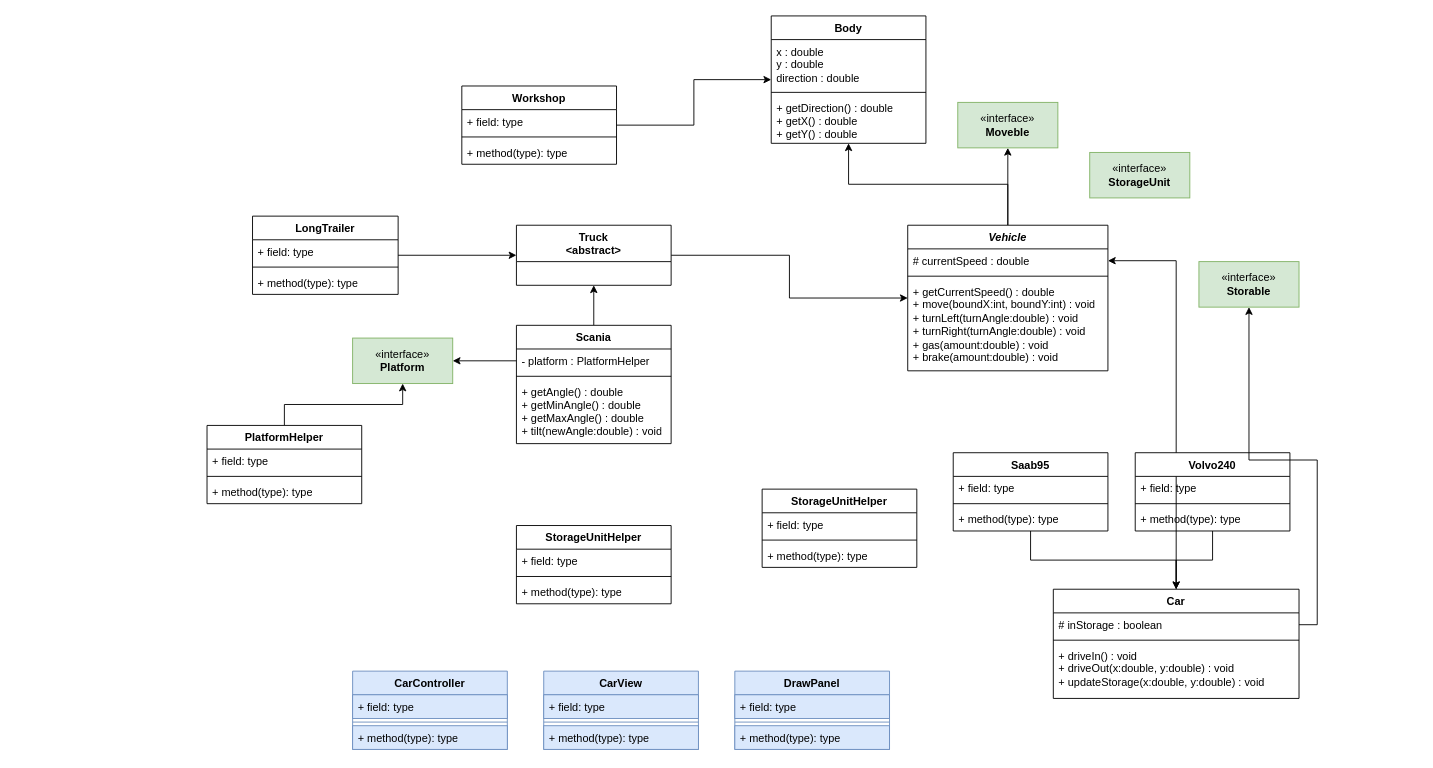
Earlier version of the draw.io diagram Labb3pre.drawio (ErikFogelstrand/lab1-riktig). Source tidied: cells renumbered, new cells numbered last; positions are measured from the earlier drawing's top-left corner, leaving out a move shared by most shapes. Both pictures are drawn from the tidied source at 91%, with x=0, y=0 at pixel (207, 15).
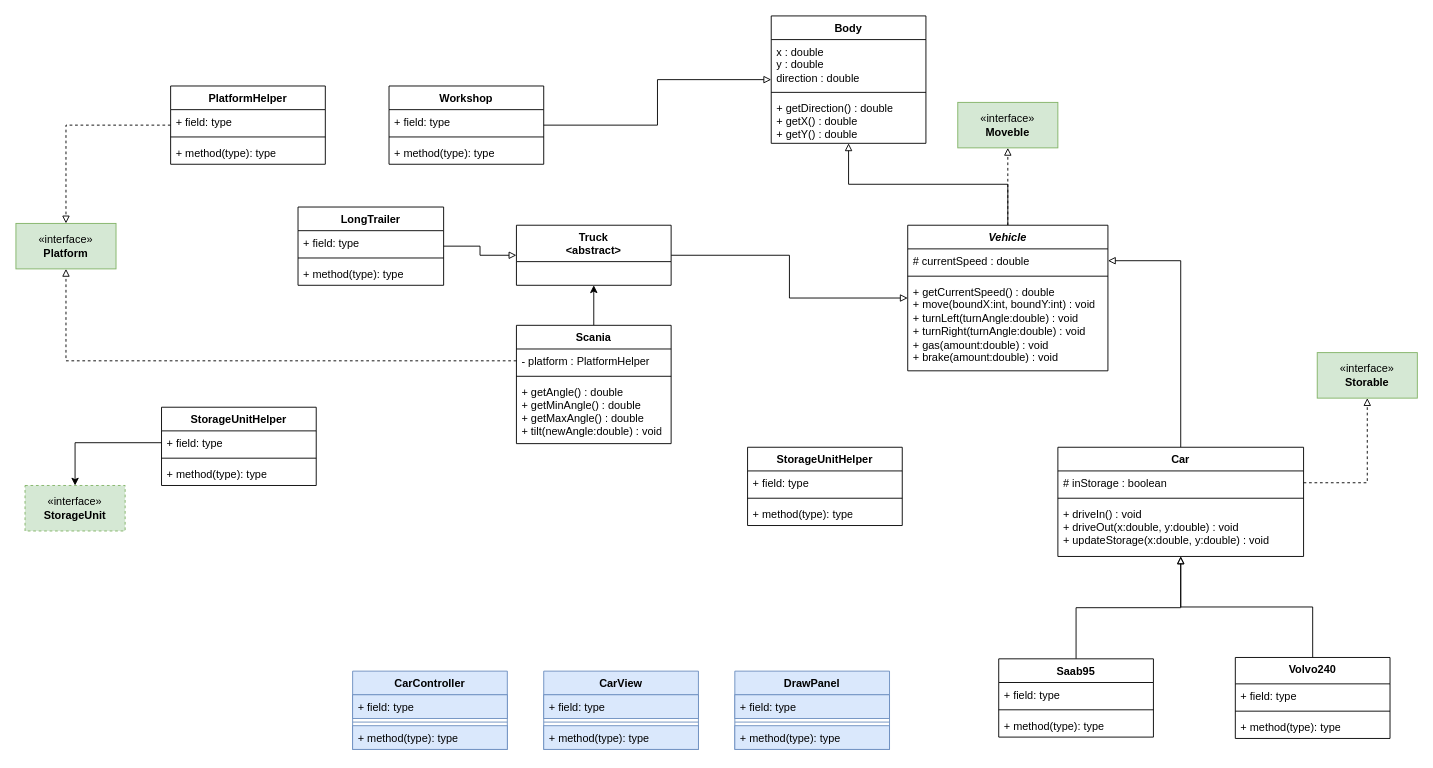
Above is the later version.

Unchanged cells that the change refers to:
```xml
<mxCell id="2" value="&lt;div&gt;Body&lt;/div&gt;" style="swimlane;fontStyle=1;align=center;verticalAlign=top;horizontal=1;startSize=26;whiteSpace=wrap;html=1;" parent="1" vertex="1">
  <mxGeometry x="620" width="170" height="140" as="geometry" />
</mxCell>
<mxCell id="8" value="# inStorage : boolean" style="text;strokeColor=none;fillColor=none;align=left;verticalAlign=top;spacingLeft=4;spacingRight=4;overflow=hidden;points=[[0,0.5],[1,0.5]];portConstraint=eastwest;whiteSpace=wrap;html=1;" parent="7" vertex="1">
  <mxGeometry y="26" width="270" height="26" as="geometry" />
</mxCell>
<mxCell id="24" value="&lt;div&gt;Truck&lt;/div&gt;&lt;div&gt;&amp;lt;abstract&amp;gt;&lt;/div&gt;" style="swimlane;fontStyle=1;align=center;verticalAlign=top;horizontal=1;startSize=40;whiteSpace=wrap;html=1;" parent="1" vertex="1">
  <mxGeometry x="340" y="230" width="170" height="66" as="geometry" />
</mxCell>
<mxCell id="25" value="«interface»&lt;br&gt;&lt;b&gt;Moveble&lt;/b&gt;" style="html=1;whiteSpace=wrap;fillColor=#d5e8d4;strokeColor=#82b366;" parent="1" vertex="1">
  <mxGeometry x="825" y="95" width="110" height="50" as="geometry" />
</mxCell>
<mxCell id="44" value="- platform : PlatformHelper" style="text;strokeColor=none;fillColor=none;align=left;verticalAlign=top;spacingLeft=4;spacingRight=4;overflow=hidden;points=[[0,0.5],[1,0.5]];portConstraint=eastwest;whiteSpace=wrap;html=1;" parent="43" vertex="1">
  <mxGeometry y="26" width="170" height="26" as="geometry" />
</mxCell>
<mxCell id="49" value="&lt;i&gt;Vehicle&lt;/i&gt;" style="swimlane;fontStyle=1;align=center;verticalAlign=top;horizontal=1;startSize=26;whiteSpace=wrap;html=1;" parent="1" vertex="1">
  <mxGeometry x="770" y="230" width="220" height="160" as="geometry" />
</mxCell>
<mxCell id="50" value="# currentSpeed : double" style="text;strokeColor=none;fillColor=none;align=left;verticalAlign=top;spacingLeft=4;spacingRight=4;overflow=hidden;points=[[0,0.5],[1,0.5]];portConstraint=eastwest;whiteSpace=wrap;html=1;" parent="49" vertex="1">
  <mxGeometry y="26" width="220" height="26" as="geometry" />
</mxCell>
<mxCell id="56" value="+ field: type" style="text;strokeColor=none;fillColor=none;align=left;verticalAlign=top;spacingLeft=4;spacingRight=4;overflow=hidden;points=[[0,0.5],[1,0.5]];portConstraint=eastwest;whiteSpace=wrap;html=1;" parent="55" vertex="1">
  <mxGeometry y="26" width="170" height="26" as="geometry" />
</mxCell>
```

What changed in the source:
```diff
@@
-    <mxCell id="6" style="edgeStyle=orthogonalEdgeStyle;rounded=0;jettySize=auto;html=1;" parent="1" edge="1" source="7" target="50">
+    <mxCell id="6" style="edgeStyle=orthogonalEdgeStyle;rounded=0;jettySize=auto;html=1;endArrow=block;endFill=0;" parent="1" edge="1" source="7" target="50">
       <mxGeometry relative="1" as="geometry" />
     </mxCell>
     <mxCell id="7" value="Car" style="swimlane;fontStyle=1;align=center;verticalAlign=top;horizontal=1;startSize=26;whiteSpace=wrap;html=1;" parent="1" vertex="1">
-      <mxGeometry x="930" y="630" width="270" height="120" as="geometry" />
+      <mxGeometry x="935" y="474" width="270" height="120" as="geometry" />
     </mxCell>
@@
-    <mxCell id="23" style="edgeStyle=orthogonalEdgeStyle;rounded=0;jettySize=auto;html=1;" parent="1" edge="1" source="24" target="49">
+    <mxCell id="23" style="edgeStyle=orthogonalEdgeStyle;rounded=0;jettySize=auto;html=1;endArrow=block;endFill=0;" parent="1" edge="1" source="24" target="49">
       <mxGeometry relative="1" as="geometry" />
     </mxCell>
@@
     <mxCell id="26" value="«interface»&lt;br&gt;&lt;b&gt;Platform&lt;/b&gt;" style="html=1;whiteSpace=wrap;fillColor=#d5e8d4;strokeColor=#82b366;" parent="1" vertex="1">
-      <mxGeometry x="160" y="354" width="110" height="50" as="geometry" />
+      <mxGeometry x="-210" y="228" width="110" height="50" as="geometry" />
     </mxCell>
-    <mxCell id="27" style="edgeStyle=orthogonalEdgeStyle;rounded=0;jettySize=auto;html=1;" parent="1" edge="1" source="28" target="26">
+    <mxCell id="27" style="edgeStyle=orthogonalEdgeStyle;rounded=0;jettySize=auto;html=1;endArrow=block;endFill=0;dashed=1;" parent="1" edge="1" source="28" target="26">
       <mxGeometry relative="1" as="geometry" />
     </mxCell>
     <mxCell id="28" value="PlatformHelper" style="swimlane;fontStyle=1;align=center;verticalAlign=top;horizontal=1;startSize=26;whiteSpace=wrap;html=1;" parent="1" vertex="1">
-      <mxGeometry y="450" width="170" height="86" as="geometry" />
+      <mxGeometry x="-40" y="77" width="170" height="86" as="geometry" />
     </mxCell>
@@
-    <mxCell id="32" style="edgeStyle=orthogonalEdgeStyle;rounded=0;jettySize=auto;html=1;" parent="1" edge="1" source="33" target="7">
+    <mxCell id="32" style="edgeStyle=orthogonalEdgeStyle;rounded=0;jettySize=auto;html=1;endArrow=block;endFill=0;" parent="1" edge="1" source="33" target="7">
       <mxGeometry relative="1" as="geometry" />
     </mxCell>
     <mxCell id="33" value="&lt;div&gt;Saab95&lt;/div&gt;" style="swimlane;fontStyle=1;align=center;verticalAlign=top;horizontal=1;startSize=26;whiteSpace=wrap;html=1;" parent="1" vertex="1">
-      <mxGeometry x="820" y="480" width="170" height="86" as="geometry" />
+      <mxGeometry x="870" y="706.5" width="170" height="86" as="geometry" />
     </mxCell>
@@
-    <mxCell id="37" style="edgeStyle=orthogonalEdgeStyle;rounded=0;jettySize=auto;html=1;" parent="1" edge="1" source="38" target="7">
+    <mxCell id="37" style="edgeStyle=orthogonalEdgeStyle;rounded=0;jettySize=auto;html=1;endArrow=block;endFill=0;" parent="1" edge="1" source="38" target="7">
       <mxGeometry relative="1" as="geometry" />
     </mxCell>
-    <mxCell id="38" value="&lt;div&gt;Volvo240&lt;/div&gt;" style="swimlane;fontStyle=1;align=center;verticalAlign=top;horizontal=1;startSize=26;whiteSpace=wrap;html=1;" parent="1" vertex="1">
-      <mxGeometry x="1020" y="480" width="170" height="86" as="geometry" />
+    <mxCell id="38" value="&lt;div&gt;Volvo240&lt;/div&gt;" style="swimlane;fontStyle=1;align=center;verticalAlign=top;horizontal=1;startSize=29;whiteSpace=wrap;html=1;" parent="1" vertex="1">
+      <mxGeometry x="1130" y="705" width="170" height="89" as="geometry" />
     </mxCell>
     <mxCell id="39" value="+ field: type" style="text;strokeColor=none;fillColor=none;align=left;verticalAlign=top;spacingLeft=4;spacingRight=4;overflow=hidden;whiteSpace=wrap;html=1;" parent="38" vertex="1">
-      <mxGeometry y="26" width="170" height="26" as="geometry" />
+      <mxGeometry y="29" width="170" height="26" as="geometry" />
     </mxCell>
     <mxCell id="40" style="line;strokeWidth=1;fillColor=none;align=left;verticalAlign=middle;spacingTop=-1;spacingLeft=3;spacingRight=3;labelPosition=right;strokeColor=inherit;" parent="38" vertex="1">
-      <mxGeometry y="52" width="170" height="8" as="geometry" />
+      <mxGeometry y="55" width="170" height="8" as="geometry" />
     </mxCell>
     <mxCell id="41" value="+ method(type): type" style="text;strokeColor=none;fillColor=none;align=left;verticalAlign=top;spacingLeft=4;spacingRight=4;overflow=hidden;whiteSpace=wrap;html=1;" parent="38" vertex="1">
-      <mxGeometry y="60" width="170" height="26" as="geometry" />
+      <mxGeometry y="63" width="170" height="26" as="geometry" />
     </mxCell>
@@
-    <mxCell id="47" style="edgeStyle=orthogonalEdgeStyle;rounded=0;jettySize=auto;html=1;" parent="1" edge="1" source="49" target="2">
+    <mxCell id="47" style="edgeStyle=orthogonalEdgeStyle;rounded=0;jettySize=auto;html=1;endArrow=block;endFill=0;" parent="1" edge="1" source="49" target="2">
       <mxGeometry relative="1" as="geometry" />
     </mxCell>
-    <mxCell id="48" style="edgeStyle=orthogonalEdgeStyle;rounded=0;jettySize=auto;html=1;" parent="1" edge="1" source="49" target="25">
+    <mxCell id="48" style="edgeStyle=orthogonalEdgeStyle;rounded=0;jettySize=auto;html=1;dashed=1;endArrow=block;endFill=0;" parent="1" edge="1" source="49" target="25">
       <mxGeometry relative="1" as="geometry" />
     </mxCell>
@@
     <mxCell id="53" value="«interface»&lt;br&gt;&lt;b&gt;Storable&lt;/b&gt;" style="html=1;whiteSpace=wrap;fillColor=#d5e8d4;strokeColor=#82b366;" parent="1" vertex="1">
-      <mxGeometry x="1090" y="270" width="110" height="50" as="geometry" />
+      <mxGeometry x="1220" y="370" width="110" height="50" as="geometry" />
     </mxCell>
-    <mxCell id="54" value="«interface»&lt;br&gt;&lt;b&gt;StorageUnit&lt;/b&gt;" style="html=1;whiteSpace=wrap;fillColor=#d5e8d4;strokeColor=#82b366;" parent="1" vertex="1">
-      <mxGeometry x="970" y="150" width="110" height="50" as="geometry" />
+    <mxCell id="54" value="«interface»&lt;br&gt;&lt;b&gt;StorageUnit&lt;/b&gt;" style="html=1;whiteSpace=wrap;fillColor=#d5e8d4;strokeColor=#82b366;dashed=1;" parent="1" vertex="1">
+      <mxGeometry x="-200" y="516" width="110" height="50" as="geometry" />
     </mxCell>
     <mxCell id="55" value="StorageUnitHelper" style="swimlane;fontStyle=1;align=center;verticalAlign=top;horizontal=1;startSize=26;whiteSpace=wrap;html=1;" parent="1" vertex="1">
-      <mxGeometry x="340" y="560" width="170" height="86" as="geometry" />
+      <mxGeometry x="-50" y="430" width="170" height="86" as="geometry" />
     </mxCell>
@@
     <mxCell id="59" value="StorageUnitHelper" style="swimlane;fontStyle=1;align=center;verticalAlign=top;horizontal=1;startSize=26;whiteSpace=wrap;html=1;" parent="1" vertex="1">
-      <mxGeometry x="610" y="520" width="170" height="86" as="geometry" />
+      <mxGeometry x="594" y="474" width="170" height="86" as="geometry" />
     </mxCell>
@@
-    <mxCell id="63" style="edgeStyle=orthogonalEdgeStyle;rounded=0;jettySize=auto;html=1;" parent="1" edge="1" source="64" target="2">
+    <mxCell id="63" style="edgeStyle=orthogonalEdgeStyle;rounded=0;jettySize=auto;html=1;endArrow=block;endFill=0;" parent="1" edge="1" source="64" target="2">
       <mxGeometry relative="1" as="geometry" />
     </mxCell>
     <mxCell id="64" value="&lt;div&gt;Workshop&lt;/div&gt;" style="swimlane;fontStyle=1;align=center;verticalAlign=top;horizontal=1;startSize=26;whiteSpace=wrap;html=1;" parent="1" vertex="1">
-      <mxGeometry x="280" y="77" width="170" height="86" as="geometry" />
+      <mxGeometry x="200" y="77" width="170" height="86" as="geometry" />
     </mxCell>
@@
-    <mxCell id="68" style="edgeStyle=orthogonalEdgeStyle;rounded=0;jettySize=auto;html=1;" parent="1" edge="1" source="44" target="26">
+    <mxCell id="68" style="edgeStyle=orthogonalEdgeStyle;rounded=0;jettySize=auto;html=1;endArrow=block;endFill=0;dashed=1;" parent="1" edge="1" source="44" target="26">
       <mxGeometry relative="1" as="geometry" />
     </mxCell>
-    <mxCell id="69" style="edgeStyle=orthogonalEdgeStyle;rounded=0;jettySize=auto;html=1;" parent="1" edge="1" source="8" target="53">
+    <mxCell id="69" style="edgeStyle=orthogonalEdgeStyle;rounded=0;jettySize=auto;html=1;endArrow=block;endFill=0;dashed=1;" parent="1" edge="1" source="8" target="53">
       <mxGeometry relative="1" as="geometry" />
     </mxCell>
-    <mxCell id="70" style="edgeStyle=orthogonalEdgeStyle;rounded=0;jettySize=auto;html=1;" parent="1" edge="1" source="71" target="24">
+    <mxCell id="70" style="edgeStyle=orthogonalEdgeStyle;rounded=0;jettySize=auto;html=1;endArrow=block;endFill=0;" parent="1" edge="1" source="71" target="24">
       <mxGeometry relative="1" as="geometry" />
     </mxCell>
     <mxCell id="71" value="&lt;div&gt;LongTrailer&lt;/div&gt;" style="swimlane;fontStyle=1;align=center;verticalAlign=top;horizontal=1;startSize=26;whiteSpace=wrap;html=1;" parent="1" vertex="1">
-      <mxGeometry x="50" y="220" width="160" height="86" as="geometry" />
+      <mxGeometry x="100" y="210" width="160" height="86" as="geometry" />
     </mxCell>
@@
+    <mxCell id="75" style="edgeStyle=orthogonalEdgeStyle;rounded=0;jettySize=auto;html=1;" parent="1" edge="1" source="56" target="54">
+      <mxGeometry relative="1" as="geometry" />
+    </mxCell>
```
